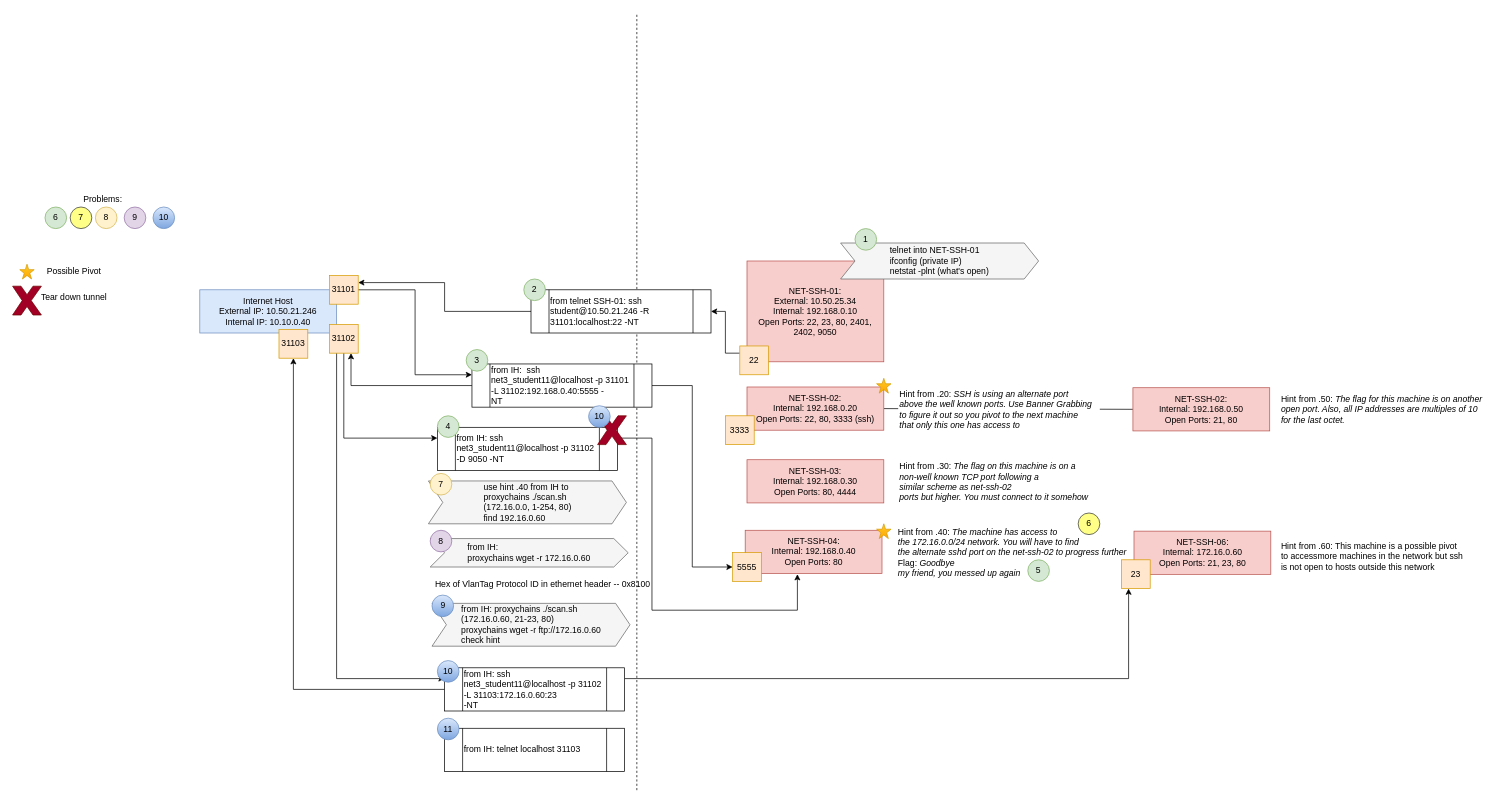
Before: ctf/data_collection/CTF_data_collection6.drawio in abfarr/cctc, a draw.io diagram. Source tidied: cells renumbered, new cells numbered last; positions are measured from the earlier drawing's top-left corner, leaving out a move shared by most shapes. Both pictures are drawn from the tidied source at 72%, with x=0, y=0 at pixel (12, 12).
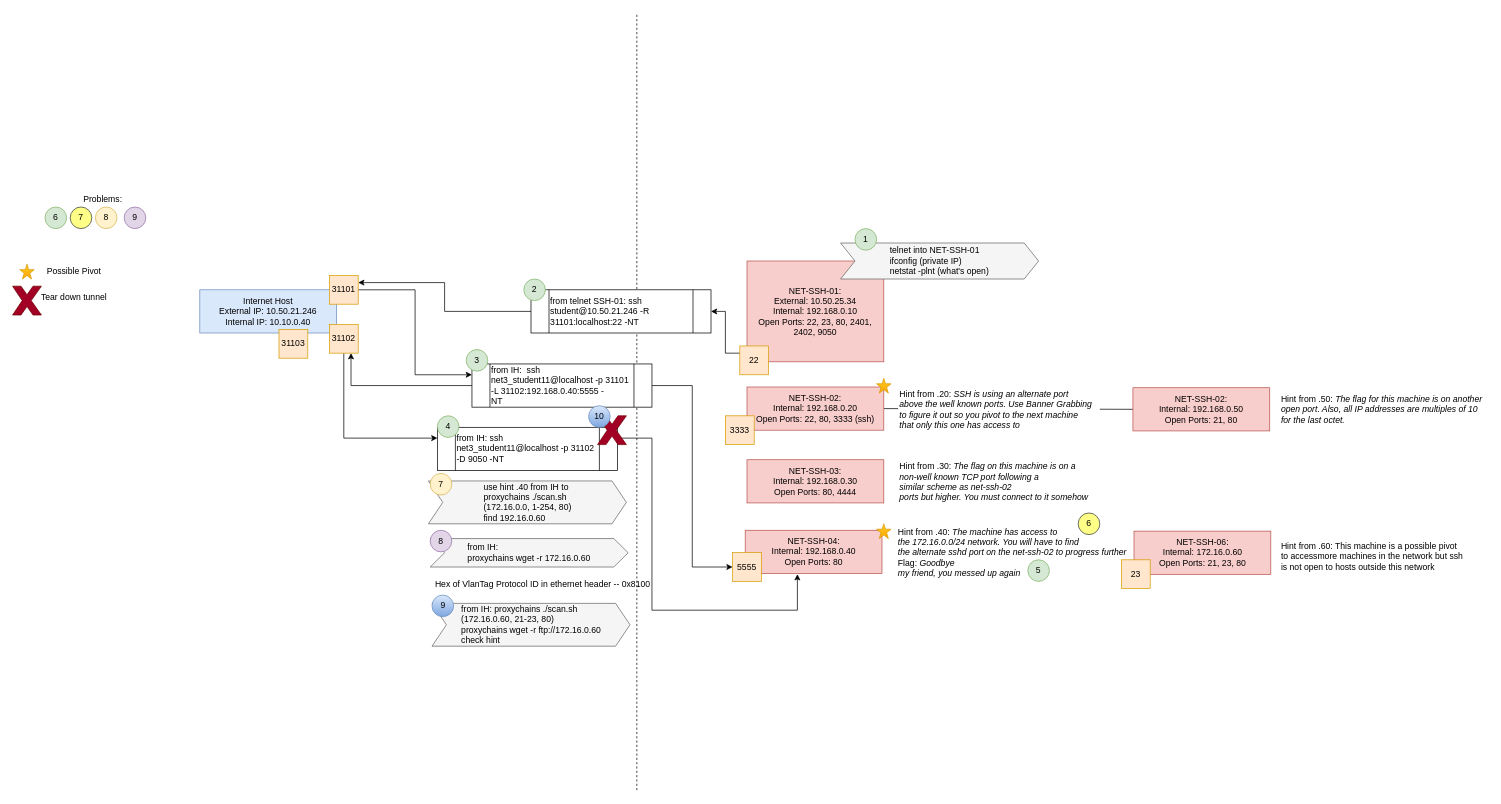
After the change.

Unchanged cells that the change refers to:
```xml
<mxCell id="28" value="31102" style="whiteSpace=wrap;html=1;fillColor=#ffe6cc;strokeColor=#d79b00;" parent="1" vertex="1">
  <mxGeometry x="440" y="433" width="40" height="40" as="geometry" />
</mxCell>
<mxCell id="63" value="31103" style="whiteSpace=wrap;html=1;fillColor=#ffe6cc;strokeColor=#d79b00;" parent="1" vertex="1">
  <mxGeometry x="370" y="440" width="40" height="40" as="geometry" />
</mxCell>
<mxCell id="64" value="23" style="whiteSpace=wrap;html=1;fillColor=#ffe6cc;strokeColor=#d79b00;" parent="1" vertex="1">
  <mxGeometry x="1540" y="760" width="40" height="40" as="geometry" />
</mxCell>
```

What changed in the source:
```diff
@@
-    <mxCell id="27" style="edgeStyle=orthogonalEdgeStyle;rounded=0;jettySize=auto;html=1;exitX=0.25;exitY=1;exitDx=0;exitDy=0;entryX=0;entryY=0.25;entryDx=0;entryDy=0;" parent="1" edge="1" source="28" target="62">
-      <mxGeometry relative="1" as="geometry" />
-    </mxCell>
@@
-    <mxCell id="42" value="10" style="ellipse;whiteSpace=wrap;html=1;fillColor=#dae8fc;strokeColor=#6c8ebf;gradientColor=#7ea6e0;" parent="1" vertex="1">
-      <mxGeometry x="195" y="270" width="30" height="30" as="geometry" />
-    </mxCell>
@@
-    <mxCell id="55" value="&lt;div style=&quot;text-align: left&quot;&gt;&lt;span style=&quot;color: rgb(0 , 0 , 0)&quot;&gt;from IH:&amp;nbsp;&lt;/span&gt;&lt;span style=&quot;color: rgb(0 , 0 , 0)&quot;&gt;proxychains ./scan.sh&lt;/span&gt;&lt;/div&gt;&lt;div style=&quot;text-align: left&quot;&gt;&lt;span style=&quot;color: rgb(0 , 0 , 0)&quot;&gt;(172.16.0.60, 21-23, 80)&lt;/span&gt;&lt;/div&gt;&lt;div style=&quot;text-align: left&quot;&gt;&lt;span style=&quot;color: rgb(0 , 0 , 0)&quot;&gt;proxychains wget -r ftp://172.16.0.60&lt;/span&gt;&lt;br&gt;&lt;/div&gt;&lt;div style=&quot;text-align: left&quot;&gt;&lt;span style=&quot;color: rgb(0 , 0 , 0)&quot;&gt;check hint&lt;/span&gt;&lt;/div&gt;" style="shape=step;perimeter=stepPerimeter;whiteSpace=wrap;html=1;fixedSize=1;align=center;fillColor=#f5f5f5;fontColor=#333333;strokeColor=#666666;" parent="1" vertex="1">
-      <mxGeometry x="582.5" y="820.5" width="275" height="59.5" as="geometry" />
-    </mxCell>
-    <mxCell id="56" value="9" style="ellipse;whiteSpace=wrap;html=1;fillColor=#dae8fc;strokeColor=#6c8ebf;gradientColor=#7ea6e0;" parent="1" vertex="1">
-      <mxGeometry x="582.5" y="809" width="30" height="30" as="geometry" />
-    </mxCell>
@@
-    <mxCell id="60" style="edgeStyle=orthogonalEdgeStyle;rounded=0;jettySize=auto;html=1;exitX=1;exitY=0.25;exitDx=0;exitDy=0;entryX=0.25;entryY=1;entryDx=0;entryDy=0;" parent="1" edge="1" source="62" target="64">
-      <mxGeometry relative="1" as="geometry" />
-    </mxCell>
-    <mxCell id="61" style="edgeStyle=orthogonalEdgeStyle;rounded=0;jettySize=auto;html=1;exitX=0;exitY=0.5;exitDx=0;exitDy=0;" parent="1" edge="1" source="62" target="63">
-      <mxGeometry relative="1" as="geometry" />
-    </mxCell>
-    <mxCell id="62" value="&lt;div&gt;from IH: ssh net3_student11@localhost -p 31102 -L 31103:172.16.0.60:23&lt;/div&gt;&lt;div&gt;-NT&lt;/div&gt;" style="shape=process;whiteSpace=wrap;html=1;backgroundOutline=1;align=left;" parent="1" vertex="1">
-      <mxGeometry x="600" y="910" width="250" height="60" as="geometry" />
-    </mxCell>
@@
-    <mxCell id="65" value="10" style="ellipse;whiteSpace=wrap;html=1;fillColor=#dae8fc;strokeColor=#6c8ebf;gradientColor=#7ea6e0;" parent="1" vertex="1">
-      <mxGeometry x="590" y="900" width="30" height="30" as="geometry" />
-    </mxCell>
-    <mxCell id="66" value="from IH: telnet localhost 31103" style="shape=process;whiteSpace=wrap;html=1;backgroundOutline=1;align=left;" parent="1" vertex="1">
-      <mxGeometry x="600" y="994" width="250" height="60" as="geometry" />
-    </mxCell>
-    <mxCell id="67" value="11" style="ellipse;whiteSpace=wrap;html=1;fillColor=#dae8fc;strokeColor=#6c8ebf;gradientColor=#7ea6e0;" parent="1" vertex="1">
-      <mxGeometry x="590" y="980" width="30" height="30" as="geometry" />
-    </mxCell>
+    <mxCell id="55" value="&lt;div style=&quot;text-align: left&quot;&gt;&lt;span style=&quot;color: rgb(0 , 0 , 0)&quot;&gt;from IH:&amp;nbsp;&lt;/span&gt;&lt;span style=&quot;color: rgb(0 , 0 , 0)&quot;&gt;proxychains ./scan.sh&lt;/span&gt;&lt;/div&gt;&lt;div style=&quot;text-align: left&quot;&gt;&lt;span style=&quot;color: rgb(0 , 0 , 0)&quot;&gt;(172.16.0.60, 21-23, 80)&lt;/span&gt;&lt;/div&gt;&lt;div style=&quot;text-align: left&quot;&gt;&lt;span style=&quot;color: rgb(0 , 0 , 0)&quot;&gt;proxychains wget -r ftp://172.16.0.60&lt;/span&gt;&lt;br&gt;&lt;/div&gt;&lt;div style=&quot;text-align: left&quot;&gt;&lt;span style=&quot;color: rgb(0 , 0 , 0)&quot;&gt;check hint&lt;/span&gt;&lt;/div&gt;" style="shape=step;perimeter=stepPerimeter;whiteSpace=wrap;html=1;fixedSize=1;align=center;fillColor=#f5f5f5;fontColor=#333333;strokeColor=#666666;" parent="1" vertex="1">
+      <mxGeometry x="582.5" y="820.5" width="275" height="59.5" as="geometry" />
+    </mxCell>
+    <mxCell id="56" value="9" style="ellipse;whiteSpace=wrap;html=1;fillColor=#dae8fc;strokeColor=#6c8ebf;gradientColor=#7ea6e0;" parent="1" vertex="1">
+      <mxGeometry x="582.5" y="809" width="30" height="30" as="geometry" />
+    </mxCell>
```
